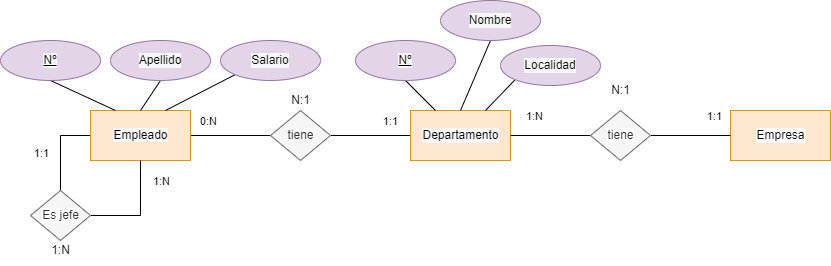
Above: tareas/unidad-2/tarea-1/imágenes/ejercicio6.drawio.png in ManuelsDAM/base-datos (draw.io), before the change. Source tidied: cells renumbered, new cells last; positions are measured from the earlier drawing's top-left corner, leaving out a move shared by most shapes.
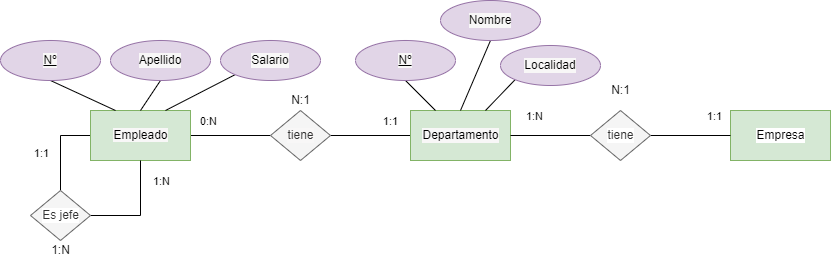
Above is the later version.

Diff of the diagram source:
```diff
@@ -22,7 +22,7 @@
         <mxPoint x="-19" as="offset" />
       </mxGeometry>
     </mxCell>
-    <mxCell id="6" value="&lt;font style=&quot;background-color: rgb(248, 247, 247);&quot; color=&quot;#000000&quot;&gt;Empleado&lt;/font&gt;" style="html=1;dashed=0;whitespace=wrap;fillColor=#ffe6cc;strokeColor=#d79b00;" parent="1" vertex="1">
+    <mxCell id="6" value="&lt;font style=&quot;background-color: rgb(248, 247, 247);&quot; color=&quot;#000000&quot;&gt;Empleado&lt;/font&gt;" style="html=1;dashed=0;whitespace=wrap;fillColor=#d5e8d4;strokeColor=#82b366;" parent="1" vertex="1">
       <mxGeometry x="90" y="110" width="100" height="50" as="geometry" />
     </mxCell>
     <mxCell id="7" style="edgeStyle=none;rounded=0;html=1;exitX=1;exitY=0.5;exitDx=0;exitDy=0;entryX=0;entryY=0.5;entryDx=0;entryDy=0;fontColor=#000000;endArrow=none;endFill=0;" parent="1" edge="1" source="9" target="10">
@@ -36,7 +36,7 @@
     <mxCell id="9" value="tiene" style="shape=rhombus;html=1;dashed=0;whitespace=wrap;perimeter=rhombusPerimeter;labelBackgroundColor=#f8f7f7;fontColor=#333333;fillColor=#f5f5f5;strokeColor=#666666;" parent="1" vertex="1">
       <mxGeometry x="270" y="110" width="60" height="50" as="geometry" />
     </mxCell>
-    <mxCell id="10" value="&lt;font color=&quot;#000000&quot;&gt;Departamento&lt;/font&gt;" style="html=1;dashed=0;whitespace=wrap;labelBackgroundColor=#f8f7f7;fillColor=#ffe6cc;strokeColor=#d79b00;" parent="1" vertex="1">
+    <mxCell id="10" value="&lt;font color=&quot;#000000&quot;&gt;Departamento&lt;/font&gt;" style="html=1;dashed=0;whitespace=wrap;labelBackgroundColor=#f8f7f7;fillColor=#d5e8d4;strokeColor=#82b366;" parent="1" vertex="1">
       <mxGeometry x="410" y="110" width="100" height="50" as="geometry" />
     </mxCell>
     <mxCell id="11" style="edgeStyle=none;rounded=0;html=1;exitX=0.5;exitY=1;exitDx=0;exitDy=0;entryX=0.25;entryY=0;entryDx=0;entryDy=0;fontColor=#000000;endArrow=none;endFill=0;" parent="1" edge="1" source="12" target="10">
@@ -99,7 +99,7 @@
     <mxCell id="28" value="&lt;span style=&quot;background-color: rgb(255, 255, 255);&quot;&gt;N:1&lt;/span&gt;" style="text;html=1;align=center;verticalAlign=middle;strokeColor=none;fillColor=none;fontColor=#000000;" parent="1" vertex="1">
       <mxGeometry x="280" y="85" width="40" height="30" as="geometry" />
     </mxCell>
-    <mxCell id="29" value="&lt;font color=&quot;#000000&quot;&gt;Empresa&lt;/font&gt;" style="html=1;dashed=0;whitespace=wrap;labelBackgroundColor=#FFFFFF;fillColor=#ffe6cc;strokeColor=#d79b00;" parent="1" vertex="1">
+    <mxCell id="29" value="&lt;font color=&quot;#000000&quot;&gt;Empresa&lt;/font&gt;" style="html=1;dashed=0;whitespace=wrap;labelBackgroundColor=#FFFFFF;fillColor=#d5e8d4;strokeColor=#82b366;" parent="1" vertex="1">
       <mxGeometry x="730" y="110" width="100" height="50" as="geometry" />
     </mxCell>
     <mxCell id="30" style="edgeStyle=none;rounded=0;html=1;exitX=1;exitY=0.5;exitDx=0;exitDy=0;entryX=0;entryY=0.5;entryDx=0;entryDy=0;fontColor=#000000;endArrow=none;endFill=0;" parent="1" edge="1" source="35" target="29">
```
